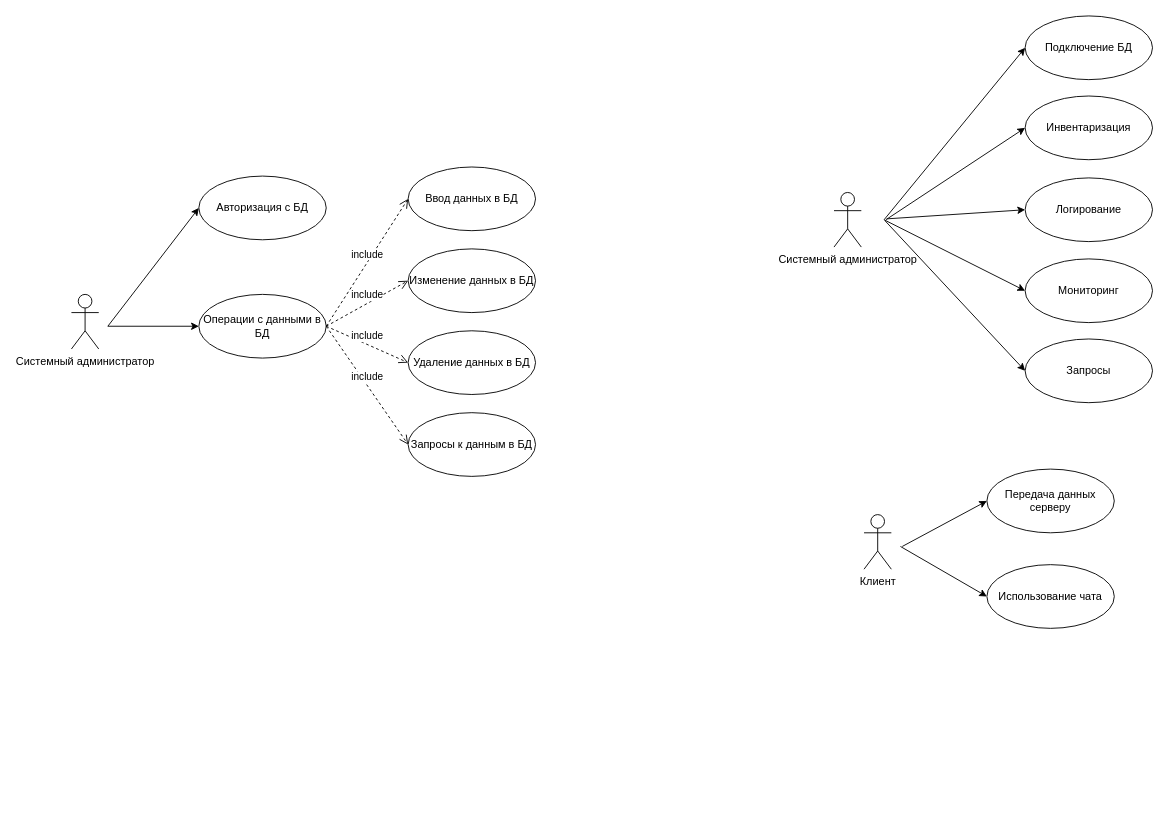
Above: Use Case Diagram.drawio in OhotnikovV/AvIS (draw.io), before the change. Source tidied: cells renumbered, new cells numbered last; positions are measured from the earlier drawing's top-left corner, leaving out a move shared by most shapes. Both pictures are drawn from the tidied source at 91%, with x=0, y=0 at pixel (71, 15).
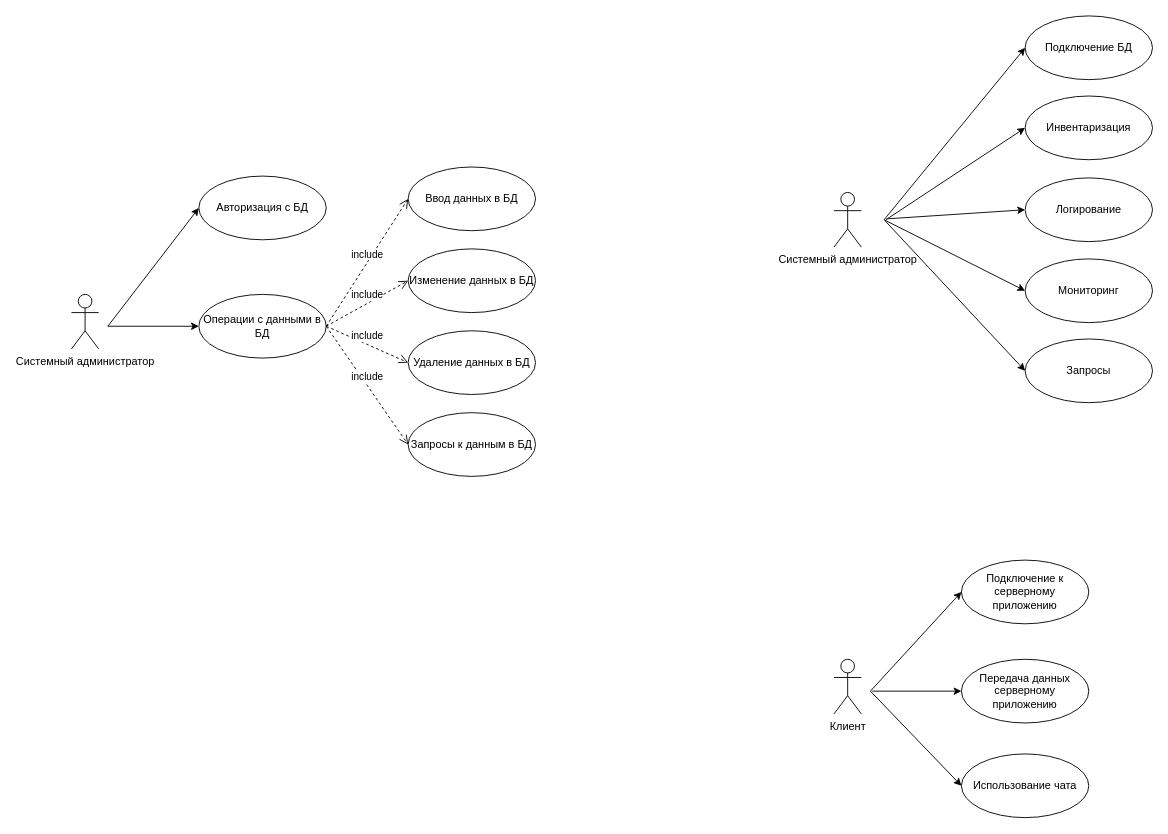
The same page after the edit.

The edit, as a diff of the source:
```diff
@@
     <mxCell id="15" value="Клиент" style="shape=umlActor;verticalLabelPosition=bottom;labelBackgroundColor=#ffffff;verticalAlign=top;html=1;" parent="1" vertex="1">
-      <mxGeometry x="871" y="548" width="30" height="60" as="geometry" />
+      <mxGeometry x="838" y="707" width="30" height="60" as="geometry" />
     </mxCell>
     <mxCell id="16" value="Использование чата" style="ellipse;whiteSpace=wrap;html=1;" parent="1" vertex="1">
-      <mxGeometry x="1006" y="603" width="140" height="70" as="geometry" />
+      <mxGeometry x="978" y="811" width="140" height="70" as="geometry" />
     </mxCell>
     <mxCell id="17" style="endArrow=classic;html=1;entryX=0;entryY=0.5;entryDx=0;entryDy=0;" parent="1" edge="1" target="16">
       <mxGeometry relative="1" as="geometry">
-        <mxPoint x="911" y="583" as="sourcePoint" />
+        <mxPoint x="878" y="742" as="sourcePoint" />
       </mxGeometry>
     </mxCell>
@@
-    <mxCell id="23" value="Передача данных серверу" style="ellipse;whiteSpace=wrap;html=1;" parent="1" vertex="1">
-      <mxGeometry x="1006" y="498" width="140" height="70" as="geometry" />
+    <mxCell id="23" value="Передача данных серверному приложению" style="ellipse;whiteSpace=wrap;html=1;" parent="1" vertex="1">
+      <mxGeometry x="978" y="707" width="140" height="70" as="geometry" />
     </mxCell>
     <mxCell id="24" style="endArrow=classic;html=1;entryX=0;entryY=0.5;entryDx=0;entryDy=0;" parent="1" edge="1" target="23">
       <mxGeometry relative="1" as="geometry">
-        <mxPoint x="913" y="583" as="sourcePoint" />
+        <mxPoint x="880" y="742" as="sourcePoint" />
       </mxGeometry>
     </mxCell>
@@
+    <mxCell id="31" value="Подключение к серверному приложению" style="ellipse;whiteSpace=wrap;html=1;" parent="1" vertex="1">
+      <mxGeometry x="978" y="598" width="140" height="70" as="geometry" />
+    </mxCell>
+    <mxCell id="32" style="endArrow=classic;html=1;entryX=0;entryY=0.5;entryDx=0;entryDy=0;" parent="1" edge="1" target="31">
+      <mxGeometry relative="1" as="geometry">
+        <mxPoint x="878" y="742" as="sourcePoint" />
+      </mxGeometry>
+    </mxCell>
```
